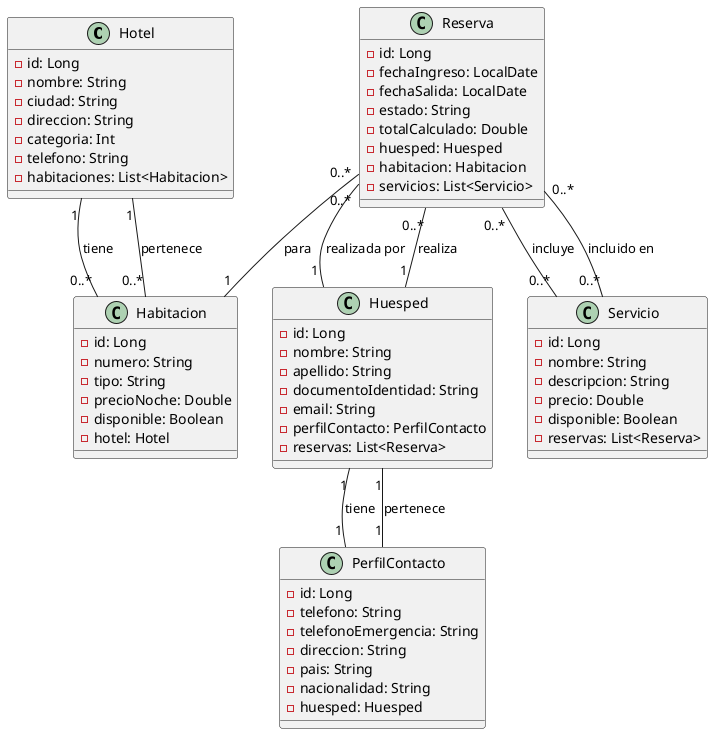
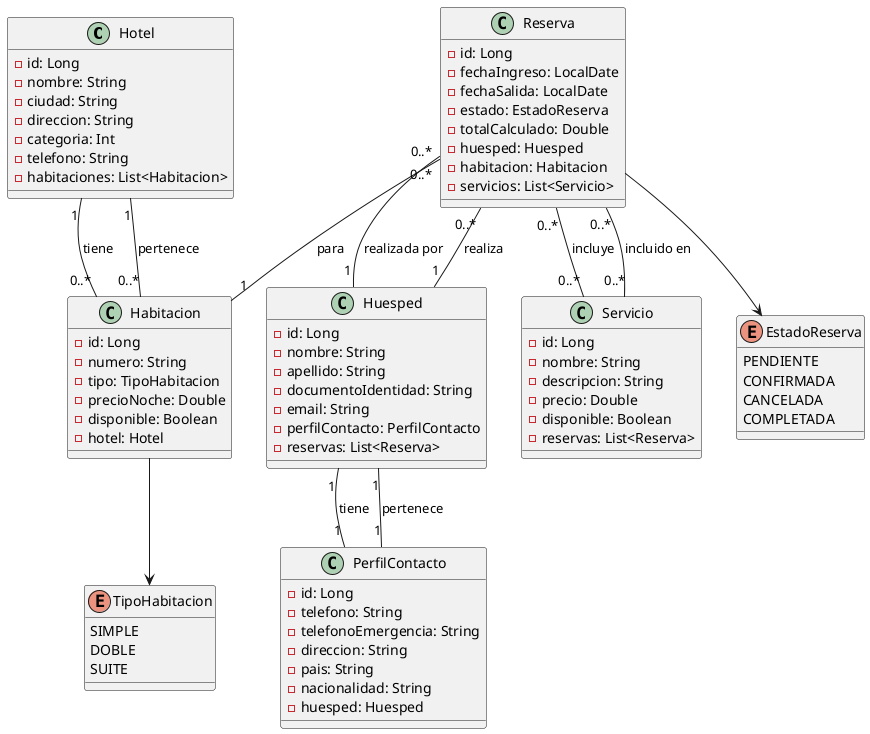
@startuml

class Hotel {
    - id: Long
    - nombre: String
    - ciudad: String
    - direccion: String
    - categoria: Int
    -telefono: String
    - habitaciones: List<Habitacion>
}

' Relacion @OneToMany entre Hotel y Habitacion
Hotel "1" -- "0..*" Habitacion : tiene

class Habitacion {
    - id: Long
    - numero: String
-     - tipo: String
+     - tipo: TipoHabitacion
    - precioNoche: Double
    - disponible: Boolean
    - hotel: Hotel
}

' Relacion @ManyToOne entre Habitacion y Hotel
Habitacion "0..*" -- "1" Hotel : pertenece

class Huesped {
    - id: Long
    - nombre: String
    - apellido: String
    - documentoIdentidad: String
    - email: String
    - perfilContacto: PerfilContacto
    - reservas: List<Reserva>
}

' Realcion @OneToOne huesped y perfil de contacto
Huesped "1" -- "1" PerfilContacto : tiene

' Relacion @OneToMany entre Huesped y Reserva
Huesped "1" -- "0..*" Reserva : realiza

class PerfilContacto {
    - id: Long
    - telefono: String
    - telefonoEmergencia: String
    - direccion: String
    - pais: String
    - nacionalidad: String
    - huesped: Huesped
}

' Relacion inversa @OneToOne entre PerfilContacto y Huesped
PerfilContacto "1" -- "1" Huesped : pertenece

class Reserva {
    - id: Long
    - fechaIngreso: LocalDate
    - fechaSalida: LocalDate
-     - estado: String
+     - estado: EstadoReserva
    - totalCalculado: Double
    - huesped: Huesped
    - habitacion: Habitacion
    - servicios: List<Servicio>
}

' Relacion @ManyToOne reserva y huesped
Reserva "0..*" -- "1" Huesped : realizada por
' Reserva @ManyToOne reserva y habitacion
Reserva "0..*" -- "1" Habitacion : para
' Relacion @ManyToMany reserva y servicio
Reserva "0..*" -- "0..*" Servicio : incluye

class Servicio {
    - id: Long
    - nombre: String
    - descripcion: String
    - precio: Double
    - disponible: Boolean
    - reservas: List<Reserva>
}

' Relacion inversa @ManyToMany entre Servicio y Reserva
Servicio "0..*" -- "0..*" Reserva : incluido en

+ enum TipoHabitacion {
+     SIMPLE
+     DOBLE
+     SUITE
+ }

+ Habitacion --> TipoHabitacion

+ enum EstadoReserva {
+     PENDIENTE
+     CONFIRMADA
+     CANCELADA
+     COMPLETADA
+ }
+ 
+ Reserva --> EstadoReserva
@enduml